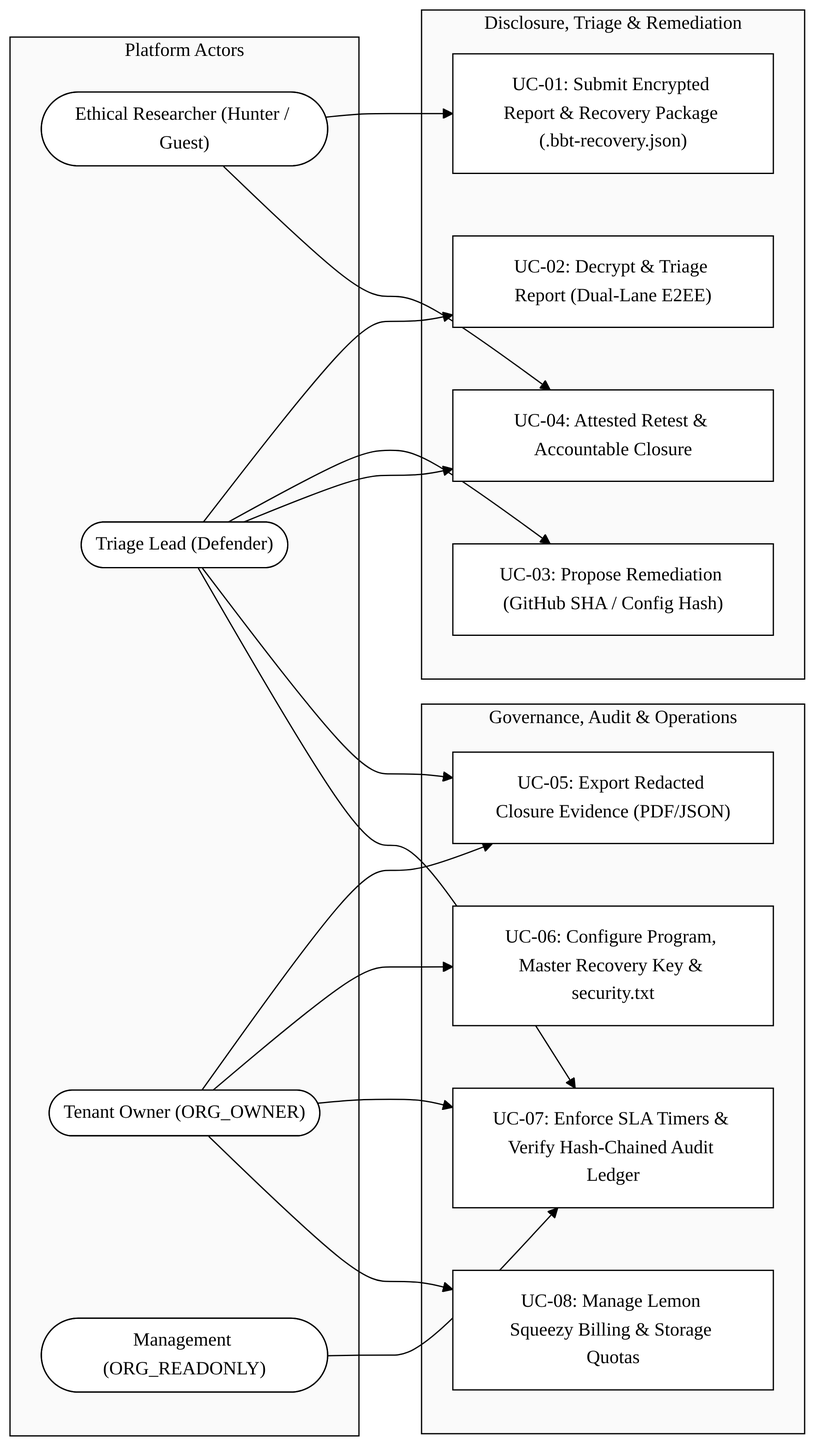
Above: requirements/diagrams/fig4_2_usecase.png in Taha-Asad/BugBountyTracker (Mermaid), before the change. Its source is kept beside it as requirements/diagrams/fig4_2_usecase.mmd.
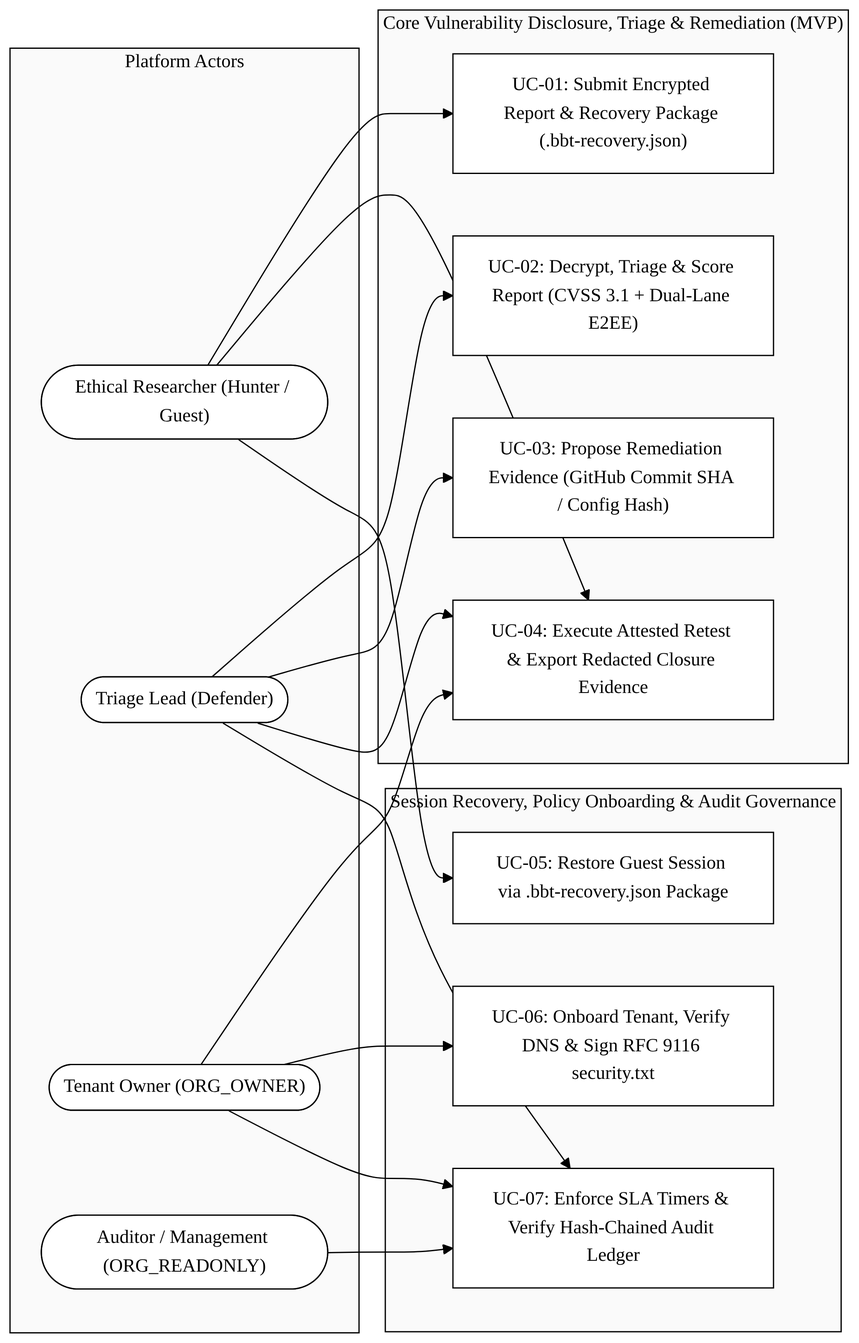
After the change.

What changed in the source:
```diff
@@ -3,35 +3,33 @@
         Hunter(["Ethical Researcher (Hunter / Guest)"])
         Defender(["Triage Lead (Defender)"])
         Owner(["Tenant Owner (ORG_OWNER)"])
-        ReadOnly(["Management (ORG_READONLY)"])
+        ReadOnly(["Auditor / Management (ORG_READONLY)"])
     end
 
-    subgraph CoreCases["Disclosure, Triage & Remediation"]
+    subgraph CoreCases["Core Vulnerability Disclosure, Triage & Remediation (MVP)"]
         UC1["UC-01: Submit Encrypted Report & Recovery Package (.bbt-recovery.json)"]
-        UC2["UC-02: Decrypt & Triage Report (Dual-Lane E2EE)"]
-        UC3["UC-03: Propose Remediation (GitHub SHA / Config Hash)"]
-        UC4["UC-04: Attested Retest & Accountable Closure"]
+        UC2["UC-02: Decrypt, Triage & Score Report (CVSS 3.1 + Dual-Lane E2EE)"]
+        UC3["UC-03: Propose Remediation Evidence (GitHub Commit SHA / Config Hash)"]
+        UC4["UC-04: Execute Attested Retest & Export Redacted Closure Evidence"]
     end
 
-    subgraph GovCases["Governance, Audit & Operations"]
-        UC5["UC-05: Export Redacted Closure Evidence (PDF/JSON)"]
-        UC6["UC-06: Configure Program, Master Recovery Key & security.txt"]
+    subgraph GovCases["Session Recovery, Policy Onboarding & Audit Governance"]
+        UC5["UC-05: Restore Guest Session via .bbt-recovery.json Package"]
+        UC6["UC-06: Onboard Tenant, Verify DNS & Sign RFC 9116 security.txt"]
         UC7["UC-07: Enforce SLA Timers & Verify Hash-Chained Audit Ledger"]
-        UC8["UC-08: Manage Lemon Squeezy Billing & Storage Quotas"]
     end
 
     Hunter --> UC1
     Hunter --> UC4
+    Hunter --> UC5
 
     Defender --> UC2
     Defender --> UC3
     Defender --> UC4
-    Defender --> UC5
     Defender --> UC7
 
-    Owner --> UC5
+    Owner --> UC4
     Owner --> UC6
     Owner --> UC7
-    Owner --> UC8
 
     ReadOnly --> UC7
```
